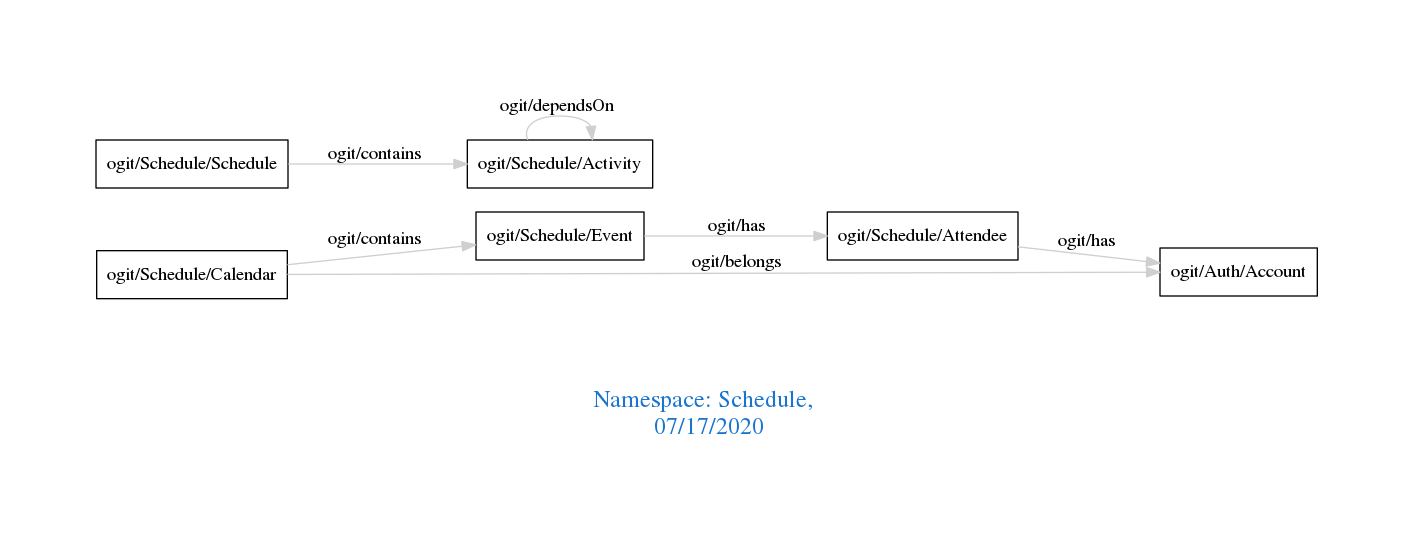
The Graphviz diagram downloads/Schedule.png in arago/OGIT, before a commit. Its source is kept beside it as downloads/Schedule.dot.
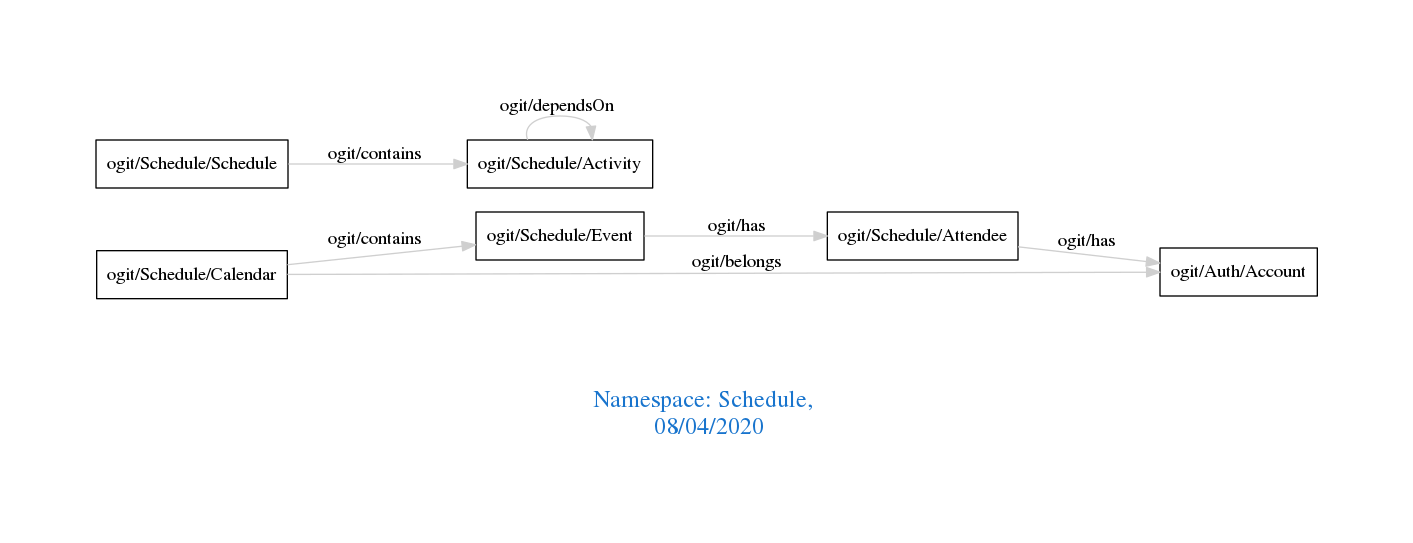
After the commit.

What changed in the source:
```diff
@@ -1,7 +1,7 @@
 digraph OGIT_ontology {
  graph [ rankdir= LR,pad=1
 fontsize = 18,
-fontcolor= dodgerblue3,label = "\n\n\nNamespace: Schedule, \n 07/17/2020"];
+fontcolor= dodgerblue3,label = "\n\n\nNamespace: Schedule, \n 08/04/2020"];
 node[shape=polygon];
 edge [  color="gray81"];
 
```
